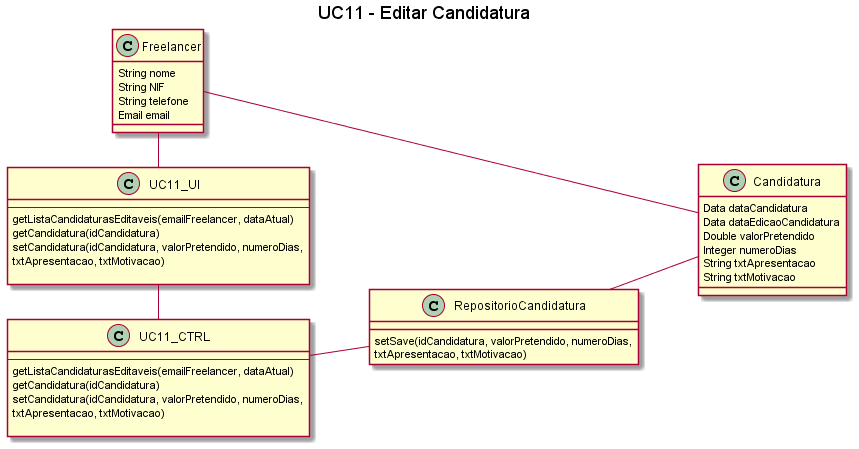
Earlier version of the PlantUML export Documentação/Sprint 4/UC11_Editar_Candidatura/UC11_Editar_Candidatura_DiagClas.png (blestonbandeiraUPSKILL/upskill_java1_labprg_grupo2).
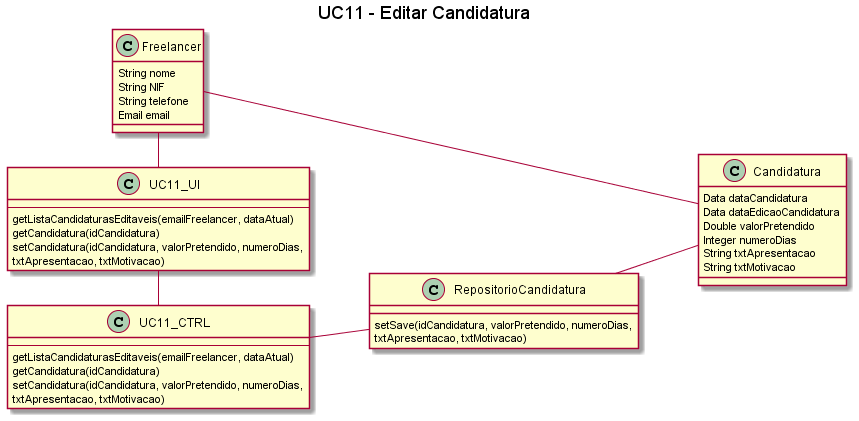
After the change.

Change to the diagram source:
```diff
@@ -9,6 +9,7 @@
     String telefone
     Email email
 }
+
 class Candidatura {
     Data dataCandidatura
     Data dataEdicaoCandidatura
@@ -24,21 +25,19 @@
     getCandidatura(idCandidatura)
     setCandidatura(idCandidatura, valorPretendido, numeroDias,
     txtApresentacao, txtMotivacao)
+}
 
-}
 class UC11_CTRL{
     --
     getListaCandidaturasEditaveis(emailFreelancer, dataAtual)
     getCandidatura(idCandidatura)
     setCandidatura(idCandidatura, valorPretendido, numeroDias,
     txtApresentacao, txtMotivacao)
-
 }
 
 class RepositorioCandidatura {
     setSave(idCandidatura, valorPretendido, numeroDias,
     txtApresentacao, txtMotivacao)
-
 }
 
 UC11_UI - UC11_CTRL
```
